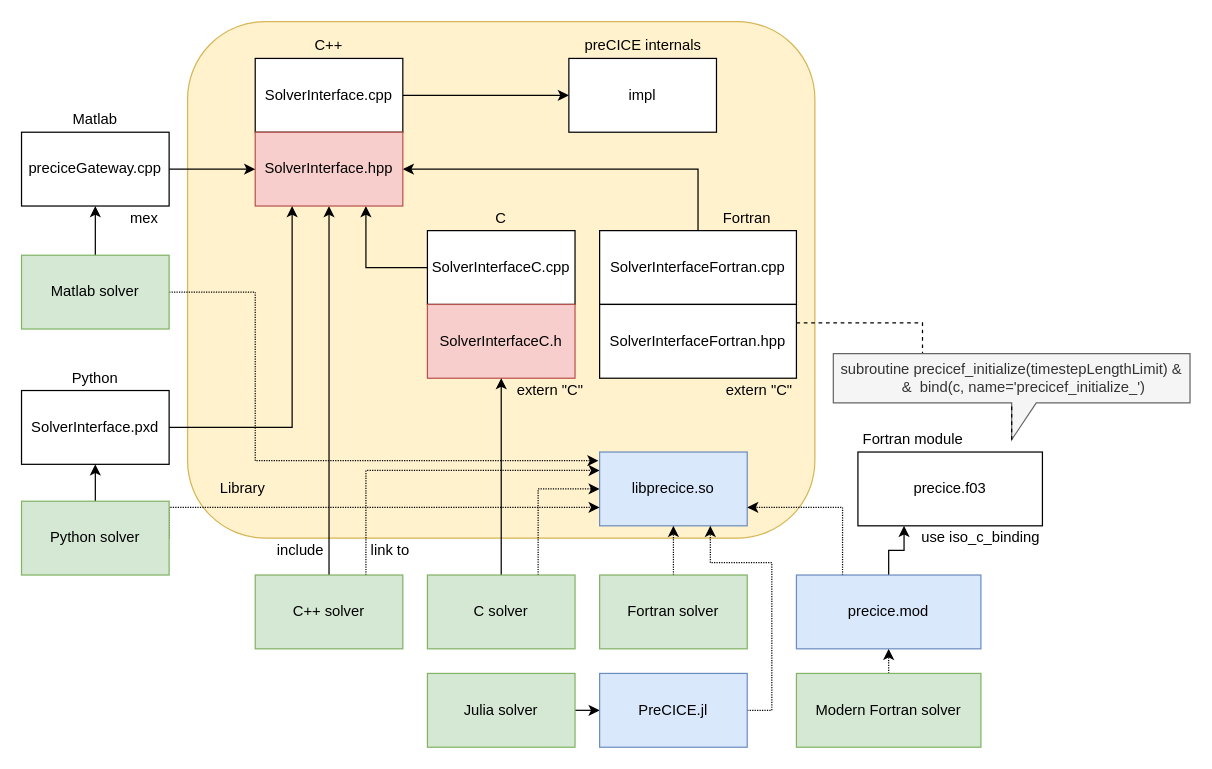
This is images/docs/Bindings.drawio from precice/precice.github.io, a draw.io file, before an edit. Source tidied: cells renumbered, new cells numbered last; positions are measured from the earlier drawing's top-left corner, leaving out a move shared by most shapes. Both pictures are drawn from the tidied source at 123%, with x=0, y=0 at pixel (21, 21).
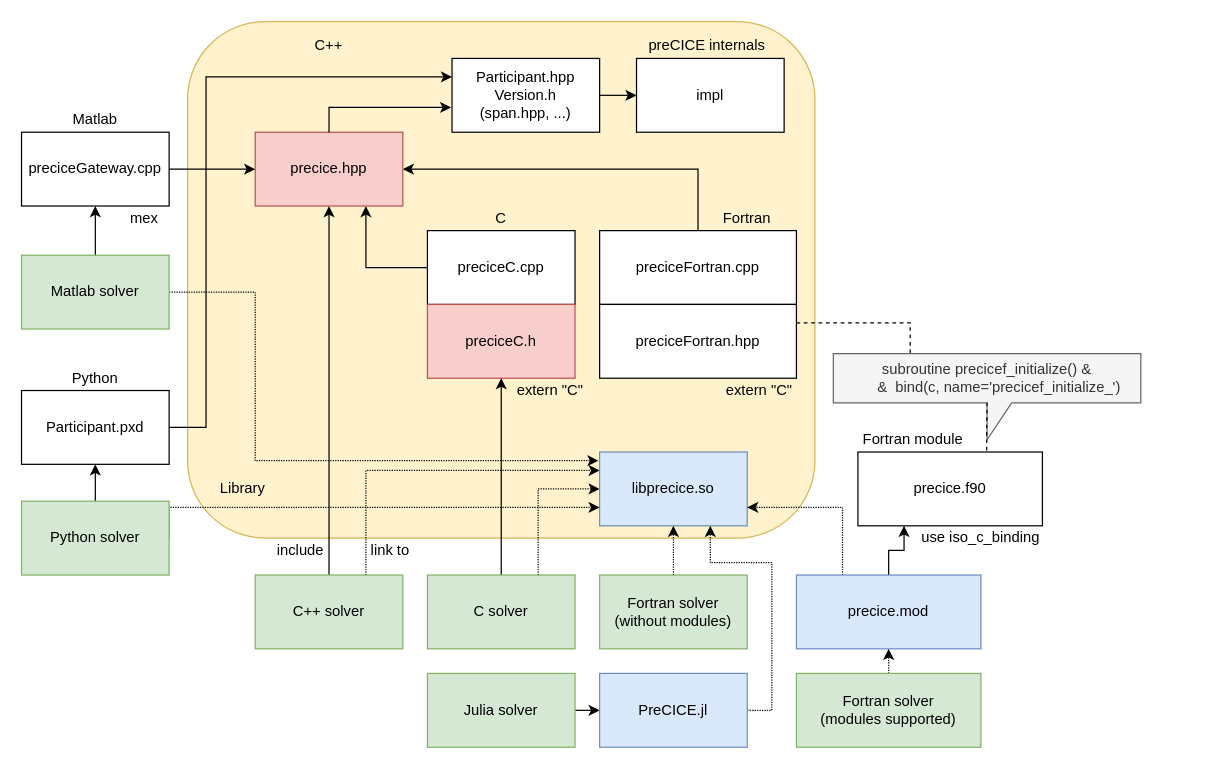
After the change.

Commit message (it also covers changes not shown here):
Update bindings overview picture

Diff of the diagram source:
```diff
@@
-    <mxCell id="3" style="edgeStyle=orthogonalEdgeStyle;rounded=0;jettySize=auto;html=1;exitX=1;exitY=0.5;exitDx=0;exitDy=0;entryX=0;entryY=0.5;entryDx=0;entryDy=0;" parent="1" edge="1" source="4" target="7">
+    <mxCell id="3" style="edgeStyle=orthogonalEdgeStyle;rounded=0;jettySize=auto;html=1;entryX=0;entryY=0.5;entryDx=0;entryDy=0;exitX=1;exitY=0.5;exitDx=0;exitDy=0;" parent="1" edge="1" source="59" target="7">
       <mxGeometry relative="1" as="geometry" />
     </mxCell>
-    <mxCell id="4" value="SolverInterface.cpp" style="rounded=0;whiteSpace=wrap;html=1;" parent="1" vertex="1">
-      <mxGeometry x="190" y="30" width="120" height="60" as="geometry" />
-    </mxCell>
@@
-    <mxCell id="6" value="&lt;div&gt;SolverInterfaceC.cpp&lt;br&gt;&lt;/div&gt;" style="rounded=0;whiteSpace=wrap;html=1;" parent="1" vertex="1">
+    <mxCell id="6" value="&lt;div&gt;preciceC.cpp&lt;br&gt;&lt;/div&gt;" style="rounded=0;whiteSpace=wrap;html=1;" parent="1" vertex="1">
       <mxGeometry x="330" y="170" width="120" height="60" as="geometry" />
     </mxCell>
     <mxCell id="7" value="impl" style="rounded=0;whiteSpace=wrap;html=1;" parent="1" vertex="1">
-      <mxGeometry x="445" y="30" width="120" height="60" as="geometry" />
+      <mxGeometry x="500" y="30" width="120" height="60" as="geometry" />
     </mxCell>
@@
-    <mxCell id="9" value="SolverInterfaceC.h" style="rounded=0;whiteSpace=wrap;html=1;fillColor=#f8cecc;strokeColor=#b85450;" parent="1" vertex="1">
+    <mxCell id="9" value="preciceC.h" style="rounded=0;whiteSpace=wrap;html=1;fillColor=#f8cecc;strokeColor=#b85450;" parent="1" vertex="1">
       <mxGeometry x="330" y="230" width="120" height="60" as="geometry" />
     </mxCell>
@@
-    <mxCell id="18" value="SolverInterfaceFortran.cpp" style="rounded=0;whiteSpace=wrap;html=1;" parent="1" vertex="1">
+    <mxCell id="18" value="preciceFortran.cpp" style="rounded=0;whiteSpace=wrap;html=1;" parent="1" vertex="1">
       <mxGeometry x="470" y="170" width="160" height="60" as="geometry" />
     </mxCell>
@@
-    <mxCell id="20" value="SolverInterfaceFortran.hpp" style="rounded=0;whiteSpace=wrap;html=1;" parent="1" vertex="1">
+    <mxCell id="20" value="preciceFortran.hpp" style="rounded=0;whiteSpace=wrap;html=1;" parent="1" vertex="1">
       <mxGeometry x="470" y="230" width="160" height="60" as="geometry" />
     </mxCell>
@@
-    <mxCell id="24" value="Fortran solver" style="rounded=0;whiteSpace=wrap;html=1;fillColor=#d5e8d4;strokeColor=#82b366;" parent="1" vertex="1">
+    <mxCell id="24" value="Fortran solver&lt;br&gt;(without modules)" style="rounded=0;whiteSpace=wrap;html=1;fillColor=#d5e8d4;strokeColor=#82b366;" parent="1" vertex="1">
       <mxGeometry x="470" y="450" width="120" height="60" as="geometry" />
     </mxCell>
@@
-    <mxCell id="27" value="precice.f03" style="rounded=0;whiteSpace=wrap;html=1;" parent="1" vertex="1">
+    <mxCell id="27" value="precice.f90" style="rounded=0;whiteSpace=wrap;html=1;" parent="1" vertex="1">
       <mxGeometry x="680" y="350" width="150" height="60" as="geometry" />
     </mxCell>
-    <mxCell id="28" value="SolverInterface.hpp" style="rounded=0;whiteSpace=wrap;html=1;fillColor=#f8cecc;strokeColor=#b85450;" parent="1" vertex="1">
+    <mxCell id="28" value="precice.hpp" style="rounded=0;whiteSpace=wrap;html=1;fillColor=#f8cecc;strokeColor=#b85450;" parent="1" vertex="1">
       <mxGeometry x="190" y="90" width="120" height="60" as="geometry" />
     </mxCell>
@@
-    <mxCell id="30" value="Modern Fortran solver" style="rounded=0;whiteSpace=wrap;html=1;fillColor=#d5e8d4;strokeColor=#82b366;" parent="1" vertex="1">
+    <mxCell id="30" value="Fortran solver&lt;br&gt;(modules supported)" style="rounded=0;whiteSpace=wrap;html=1;fillColor=#d5e8d4;strokeColor=#82b366;" parent="1" vertex="1">
       <mxGeometry x="630" y="530" width="150" height="60" as="geometry" />
     </mxCell>
@@
-    <mxCell id="32" value="subroutine precicef_initialize(timestepLengthLimit) &amp;amp;&lt;br&gt;&amp;nbsp;&amp;nbsp;&amp;nbsp;&amp;nbsp;&amp;nbsp; &amp;amp;&amp;nbsp; bind(c, name='precicef_initialize_')" style="shape=callout;whiteSpace=wrap;html=1;perimeter=calloutPerimeter;fillColor=#f5f5f5;strokeColor=#666666;fontColor=#333333;position2=0.5;" parent="1" vertex="1">
-      <mxGeometry x="660" y="270" width="290" height="70" as="geometry" />
+    <mxCell id="32" value="subroutine precicef_initialize() &amp;amp;&lt;br&gt;&amp;nbsp;&amp;nbsp;&amp;nbsp;&amp;nbsp;&amp;nbsp; &amp;amp;&amp;nbsp; bind(c, name='precicef_initialize_')" style="shape=callout;whiteSpace=wrap;html=1;perimeter=calloutPerimeter;fillColor=#f5f5f5;strokeColor=#666666;fontColor=#333333;position2=0.5;" parent="1" vertex="1">
+      <mxGeometry x="660" y="270" width="250" height="70" as="geometry" />
     </mxCell>
@@
-    <mxCell id="36" style="edgeStyle=orthogonalEdgeStyle;rounded=0;orthogonalLoop=1;jettySize=auto;html=1;exitX=0;exitY=0;exitDx=145;exitDy=70;exitPerimeter=0;dashed=1;endArrow=none;endFill=0;" parent="1" edge="1" source="32" target="32">
+    <mxCell id="36" style="edgeStyle=orthogonalEdgeStyle;rounded=0;jettySize=auto;html=1;exitX=0.698;exitY=-0.021;exitDx=0;exitDy=0;exitPerimeter=0;dashed=1;endArrow=none;endFill=0;" parent="1" edge="1" source="27" target="32">
       <mxGeometry relative="1" as="geometry" />
     </mxCell>
@@
     <mxCell id="38" value="preCICE internals" style="text;html=1;strokeColor=none;fillColor=none;align=center;verticalAlign=middle;whiteSpace=wrap;rounded=0;" parent="1" vertex="1">
-      <mxGeometry x="452.5" y="10" width="105" height="20" as="geometry" />
+      <mxGeometry x="505" y="10" width="105" height="20" as="geometry" />
     </mxCell>
@@
-    <mxCell id="41" style="edgeStyle=orthogonalEdgeStyle;rounded=0;jettySize=auto;html=1;exitX=1;exitY=0.5;exitDx=0;exitDy=0;entryX=0.25;entryY=1;entryDx=0;entryDy=0;" parent="1" edge="1" source="42" target="28">
-      <mxGeometry relative="1" as="geometry" />
+    <mxCell id="41" style="edgeStyle=orthogonalEdgeStyle;rounded=0;jettySize=auto;html=1;exitX=1;exitY=0.5;exitDx=0;exitDy=0;entryX=0;entryY=0.25;entryDx=0;entryDy=0;" parent="1" edge="1" target="59">
+      <mxGeometry relative="1" as="geometry">
+        <mxPoint x="40" y="330" as="sourcePoint" />
+        <Array as="points">
+          <mxPoint x="150" y="330" />
+          <mxPoint x="150" y="45" />
+        </Array>
+      </mxGeometry>
     </mxCell>
-    <mxCell id="42" value="SolverInterface.pxd" style="rounded=0;whiteSpace=wrap;html=1;" parent="1" vertex="1">
+    <mxCell id="42" value="Participant.pxd" style="rounded=0;whiteSpace=wrap;html=1;" parent="1" vertex="1">
       <mxGeometry y="300" width="120" height="60" as="geometry" />
     </mxCell>
@@
+    <mxCell id="59" value="Participant.hpp&lt;br&gt;Version.h&lt;br&gt;(span.hpp, ...)" style="rounded=0;whiteSpace=wrap;html=1;" parent="1" vertex="1">
+      <mxGeometry x="350" y="30" width="120" height="60" as="geometry" />
+    </mxCell>
+    <mxCell id="60" style="edgeStyle=orthogonalEdgeStyle;rounded=0;jettySize=auto;html=1;exitX=0.5;exitY=0;exitDx=0;exitDy=0;entryX=-0.006;entryY=0.664;entryDx=0;entryDy=0;entryPerimeter=0;" parent="1" edge="1" source="28" target="59">
+      <mxGeometry relative="1" as="geometry" />
+    </mxCell>
```
